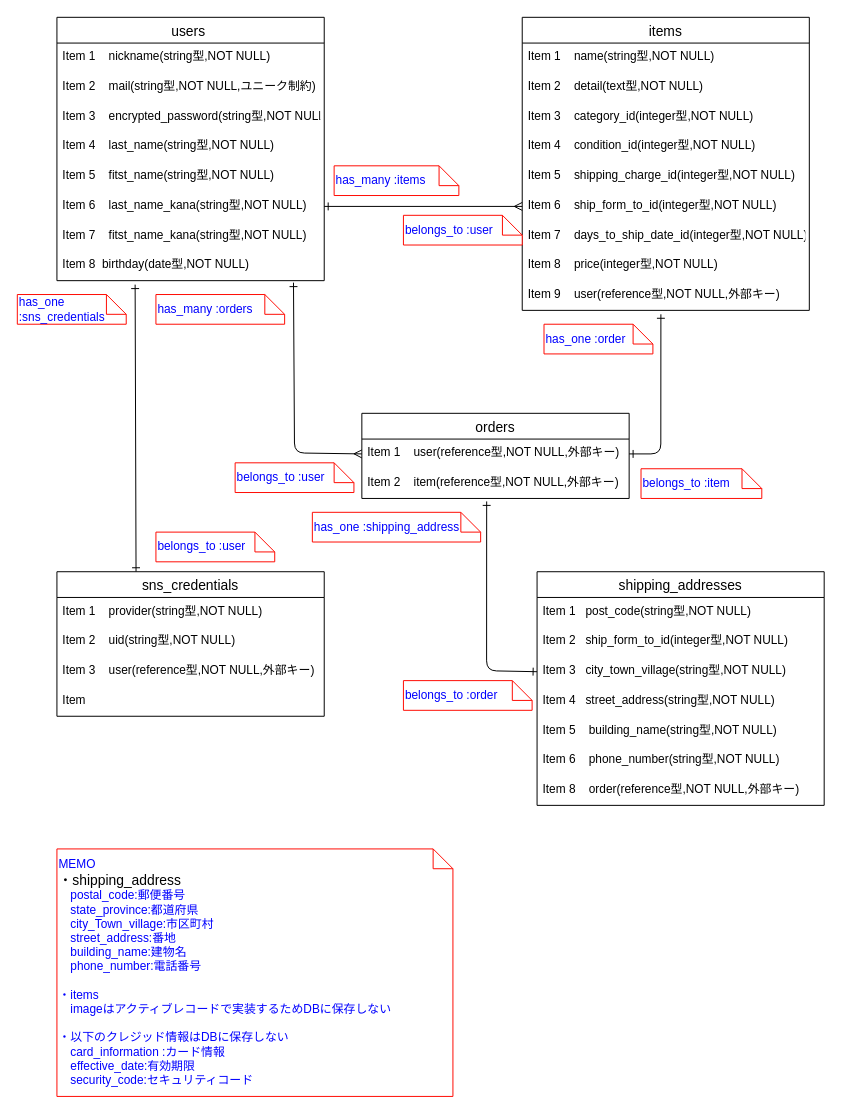
The draw.io diagram db/ER.dio in miracletea/furima-39667, before the edit. Source tidied: cells renumbered, new cells numbered last; positions are measured from the earlier drawing's top-left corner, leaving out a move shared by most shapes. Both pictures are drawn from the tidied source at 99%, with x=0, y=0 at pixel (17, 17).
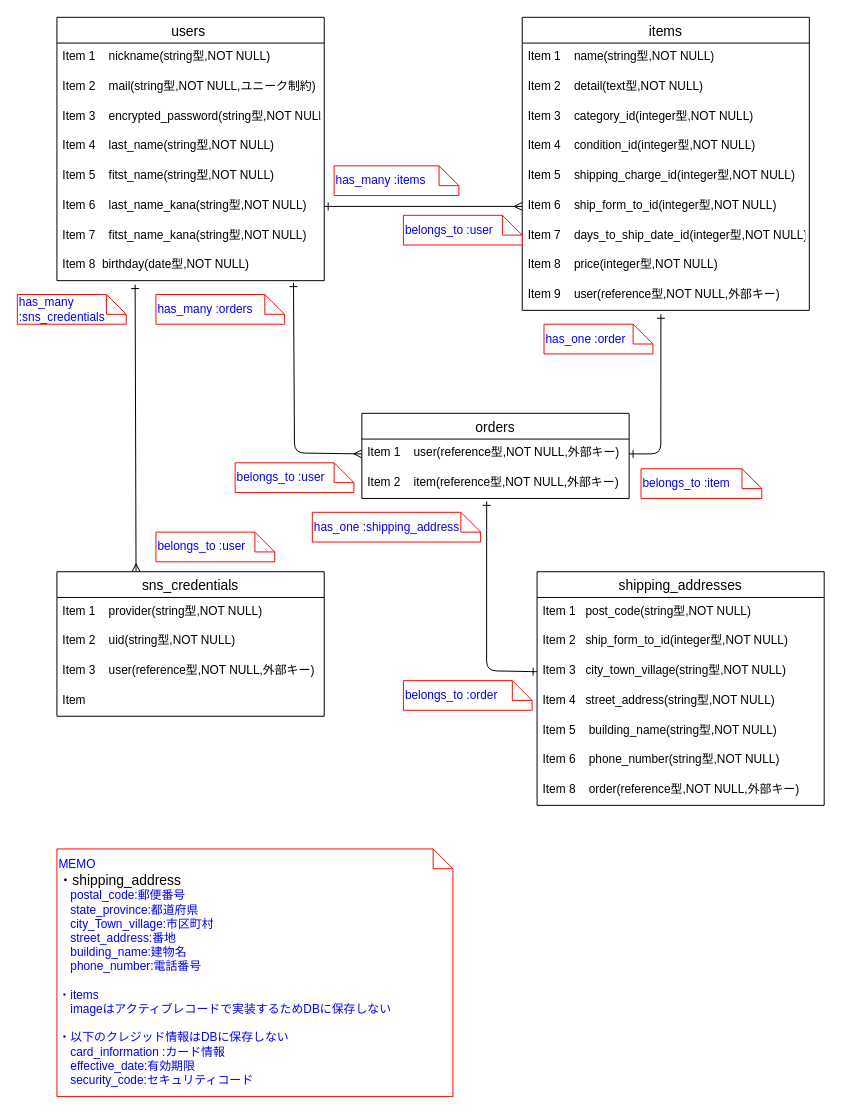
The same diagram, later.

Commit message (it also covers changes not shown here):
RE図とReadmeの修正

Unchanged cells that the change refers to:
```xml
<mxCell id="46" value="sns_credentials" style="swimlane;fontStyle=0;horizontal=1;startSize=26;align=center;fontSize=14;" parent="1" vertex="1">
  <mxGeometry x="40" y="560" width="270" height="146" as="geometry" />
</mxCell>
```

Diff of the diagram source:
```diff
@@
-    <mxCell id="45" style="edgeStyle=none;html=1;endArrow=ERone;endFill=0;startArrow=ERone;startFill=0;exitX=0.296;exitY=0;exitDx=0;exitDy=0;exitPerimeter=0;" parent="1" edge="1" source="46">
+    <mxCell id="45" style="edgeStyle=none;html=1;endArrow=ERone;endFill=0;startArrow=ERmany;startFill=0;exitX=0.296;exitY=0;exitDx=0;exitDy=0;exitPerimeter=0;" parent="1" edge="1" source="46">
       <mxGeometry relative="1" as="geometry">
         <mxPoint x="119" y="270" as="targetPoint" />
       </mxGeometry>
     </mxCell>
@@
-    <mxCell id="51" value="has_one&lt;br&gt;:sns_credentials" style="shape=note;size=20;whiteSpace=wrap;html=1;align=left;strokeColor=#FF0B03;fontColor=#0000FF;" parent="1" vertex="1">
+    <mxCell id="51" value="has_many&lt;br&gt;:sns_credentials" style="shape=note;size=20;whiteSpace=wrap;html=1;align=left;strokeColor=#FF0B03;fontColor=#0000FF;" parent="1" vertex="1">
       <mxGeometry y="280" width="110" height="30" as="geometry" />
     </mxCell>
```
